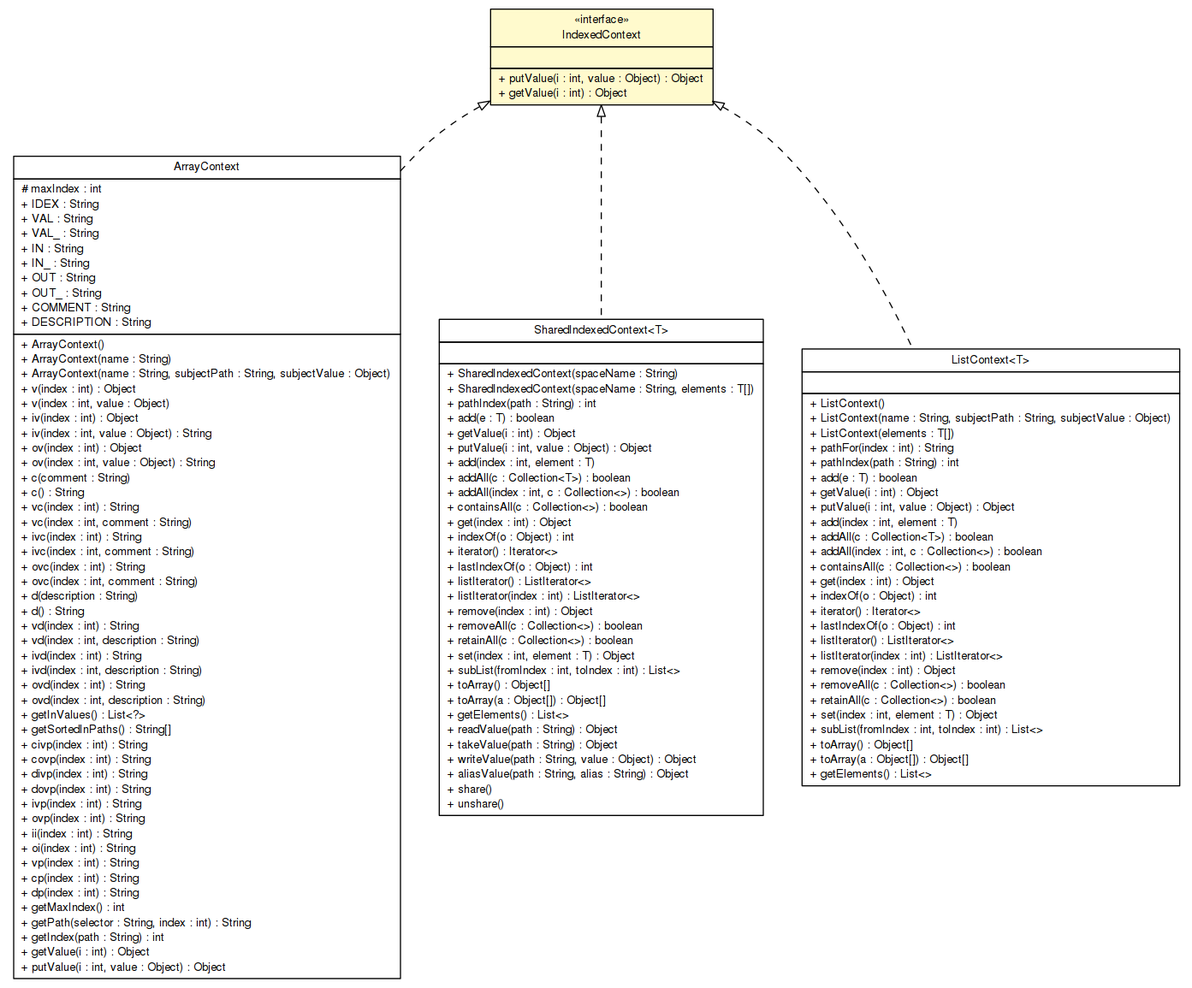
Earlier version of the Graphviz export apidocs/sorcer/service/IndexedContext.png (sorcersoft/sorcersoft.github.io). Its source is kept beside it as apidocs/sorcer/service/IndexedContext.dot.
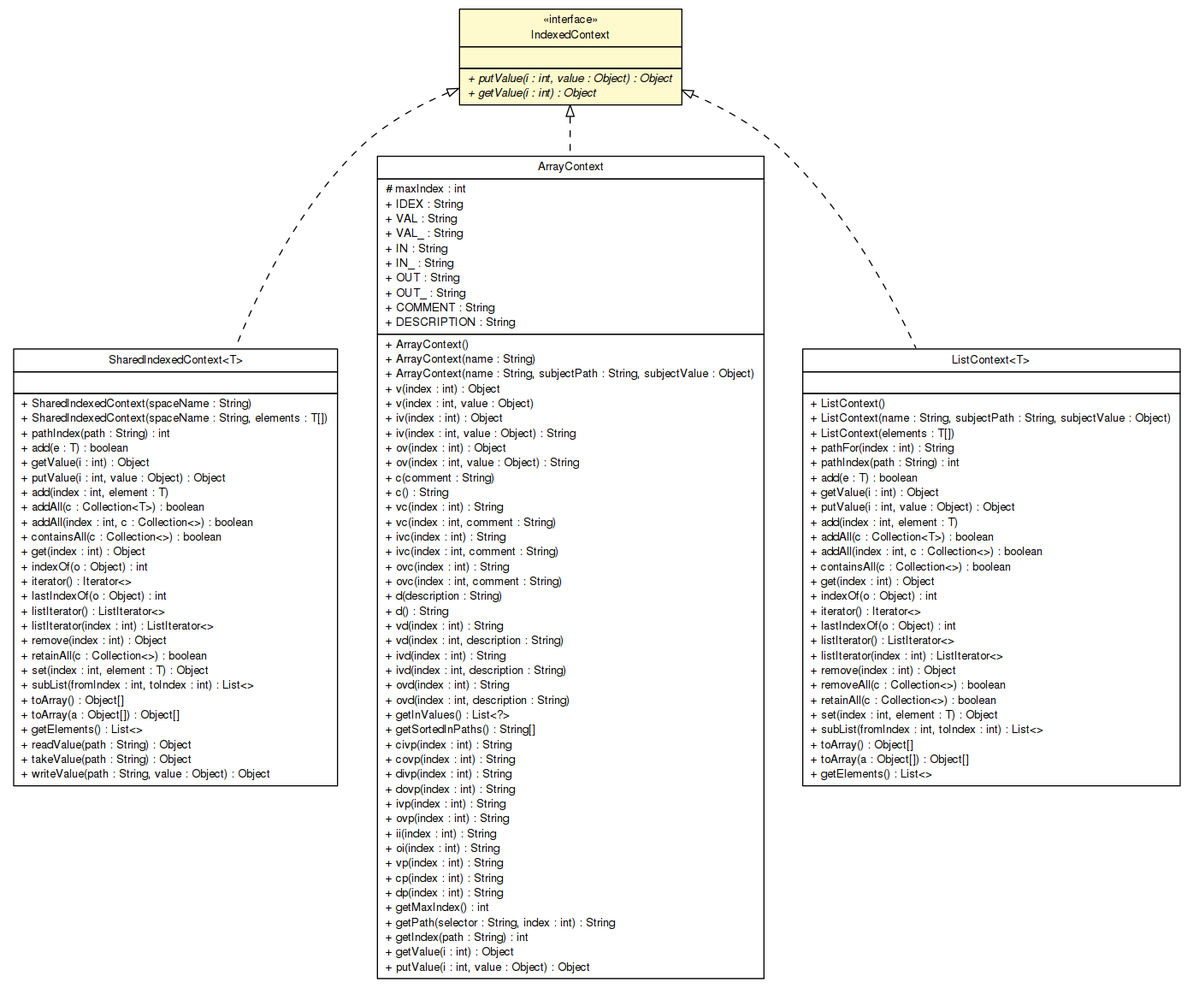
The same diagram one commit later.

The edit, as a diff of the source:
```diff
@@ -4,20 +4,43 @@
 	node [fontname="Helvetica",fontsize=10,shape=plaintext];
 	nodesep=0.25;
 	ranksep=0.5;
-	c278022 [label=<<table title="sorcer.service.IndexedContext" border="0" cellborder="1" cellspacing="0" cellpadding="2" port="p" bgcolor="lemonChiffon" href="./IndexedContext.html">
+	c293313 [label=<<table title="sorcer.core.context.SharedIndexedContext" border="0" cellborder="1" cellspacing="0" cellpadding="2" port="p" href="../core/context/SharedIndexedContext.html">
 		<tr><td><table border="0" cellspacing="0" cellpadding="1">
-<tr><td align="center" balign="center"> &#171;interface&#187; </td></tr>
-<tr><td align="center" balign="center"> IndexedContext </td></tr>
+<tr><td align="center" balign="center"> SharedIndexedContext&lt;T&gt; </td></tr>
 		</table></td></tr>
 		<tr><td><table border="0" cellspacing="0" cellpadding="1">
 <tr><td align="left" balign="left">  </td></tr>
 		</table></td></tr>
 		<tr><td><table border="0" cellspacing="0" cellpadding="1">
+<tr><td align="left" balign="left"> + SharedIndexedContext(spaceName : String) </td></tr>
+<tr><td align="left" balign="left"> + SharedIndexedContext(spaceName : String, elements : T[]) </td></tr>
+<tr><td align="left" balign="left"> + pathIndex(path : String) : int </td></tr>
+<tr><td align="left" balign="left"> + add(e : T) : boolean </td></tr>
+<tr><td align="left" balign="left"> + getValue(i : int) : Object </td></tr>
 <tr><td align="left" balign="left"> + putValue(i : int, value : Object) : Object </td></tr>
-<tr><td align="left" balign="left"> + getValue(i : int) : Object </td></tr>
+<tr><td align="left" balign="left"> + add(index : int, element : T) </td></tr>
+<tr><td align="left" balign="left"> + addAll(c : Collection&lt;T&gt;) : boolean </td></tr>
+<tr><td align="left" balign="left"> + addAll(index : int, c : Collection&lt;&gt;) : boolean </td></tr>
+<tr><td align="left" balign="left"> + containsAll(c : Collection&lt;&gt;) : boolean </td></tr>
+<tr><td align="left" balign="left"> + get(index : int) : Object </td></tr>
+<tr><td align="left" balign="left"> + indexOf(o : Object) : int </td></tr>
+<tr><td align="left" balign="left"> + iterator() : Iterator&lt;&gt; </td></tr>
+<tr><td align="left" balign="left"> + lastIndexOf(o : Object) : int </td></tr>
+<tr><td align="left" balign="left"> + listIterator() : ListIterator&lt;&gt; </td></tr>
+<tr><td align="left" balign="left"> + listIterator(index : int) : ListIterator&lt;&gt; </td></tr>
+<tr><td align="left" balign="left"> + remove(index : int) : Object </td></tr>
+<tr><td align="left" balign="left"> + retainAll(c : Collection&lt;&gt;) : boolean </td></tr>
+<tr><td align="left" balign="left"> + set(index : int, element : T) : Object </td></tr>
+<tr><td align="left" balign="left"> + subList(fromIndex : int, toIndex : int) : List&lt;&gt; </td></tr>
+<tr><td align="left" balign="left"> + toArray() : Object[] </td></tr>
+<tr><td align="left" balign="left"> + toArray(a : Object[]) : Object[] </td></tr>
+<tr><td align="left" balign="left"> + getElements() : List&lt;&gt; </td></tr>
+<tr><td align="left" balign="left"> + readValue(path : String) : Object </td></tr>
+<tr><td align="left" balign="left"> + takeValue(path : String) : Object </td></tr>
+<tr><td align="left" balign="left"> + writeValue(path : String, value : Object) : Object </td></tr>
 		</table></td></tr>
-		</table>>, URL="./IndexedContext.html", fontname="Helvetica", fontcolor="black", fontsize=10.0];
-	c278112 [label=<<table title="sorcer.core.context.ArrayContext" border="0" cellborder="1" cellspacing="0" cellpadding="2" port="p" href="../core/context/ArrayContext.html">
+		</table>>, URL="../core/context/SharedIndexedContext.html", fontname="Helvetica", fontcolor="black", fontsize=10.0];
+	c293317 [label=<<table title="sorcer.core.context.ArrayContext" border="0" cellborder="1" cellspacing="0" cellpadding="2" port="p" href="../core/context/ArrayContext.html">
 		<tr><td><table border="0" cellspacing="0" cellpadding="1">
 <tr><td align="center" balign="center"> ArrayContext </td></tr>
 		</table></td></tr>
@@ -79,47 +102,7 @@
 <tr><td align="left" balign="left"> + putValue(i : int, value : Object) : Object </td></tr>
 		</table></td></tr>
 		</table>>, URL="../core/context/ArrayContext.html", fontname="Helvetica", fontcolor="black", fontsize=10.0];
-	c278115 [label=<<table title="sorcer.core.context.SharedIndexedContext" border="0" cellborder="1" cellspacing="0" cellpadding="2" port="p" href="../core/context/SharedIndexedContext.html">
-		<tr><td><table border="0" cellspacing="0" cellpadding="1">
-<tr><td align="center" balign="center"> SharedIndexedContext&lt;T&gt; </td></tr>
-		</table></td></tr>
-		<tr><td><table border="0" cellspacing="0" cellpadding="1">
-<tr><td align="left" balign="left">  </td></tr>
-		</table></td></tr>
-		<tr><td><table border="0" cellspacing="0" cellpadding="1">
-<tr><td align="left" balign="left"> + SharedIndexedContext(spaceName : String) </td></tr>
-<tr><td align="left" balign="left"> + SharedIndexedContext(spaceName : String, elements : T[]) </td></tr>
-<tr><td align="left" balign="left"> + pathIndex(path : String) : int </td></tr>
-<tr><td align="left" balign="left"> + add(e : T) : boolean </td></tr>
-<tr><td align="left" balign="left"> + getValue(i : int) : Object </td></tr>
-<tr><td align="left" balign="left"> + putValue(i : int, value : Object) : Object </td></tr>
-<tr><td align="left" balign="left"> + add(index : int, element : T) </td></tr>
-<tr><td align="left" balign="left"> + addAll(c : Collection&lt;T&gt;) : boolean </td></tr>
-<tr><td align="left" balign="left"> + addAll(index : int, c : Collection&lt;&gt;) : boolean </td></tr>
-<tr><td align="left" balign="left"> + containsAll(c : Collection&lt;&gt;) : boolean </td></tr>
-<tr><td align="left" balign="left"> + get(index : int) : Object </td></tr>
-<tr><td align="left" balign="left"> + indexOf(o : Object) : int </td></tr>
-<tr><td align="left" balign="left"> + iterator() : Iterator&lt;&gt; </td></tr>
-<tr><td align="left" balign="left"> + lastIndexOf(o : Object) : int </td></tr>
-<tr><td align="left" balign="left"> + listIterator() : ListIterator&lt;&gt; </td></tr>
-<tr><td align="left" balign="left"> + listIterator(index : int) : ListIterator&lt;&gt; </td></tr>
-<tr><td align="left" balign="left"> + remove(index : int) : Object </td></tr>
-<tr><td align="left" balign="left"> + removeAll(c : Collection&lt;&gt;) : boolean </td></tr>
-<tr><td align="left" balign="left"> + retainAll(c : Collection&lt;&gt;) : boolean </td></tr>
-<tr><td align="left" balign="left"> + set(index : int, element : T) : Object </td></tr>
-<tr><td align="left" balign="left"> + subList(fromIndex : int, toIndex : int) : List&lt;&gt; </td></tr>
-<tr><td align="left" balign="left"> + toArray() : Object[] </td></tr>
-<tr><td align="left" balign="left"> + toArray(a : Object[]) : Object[] </td></tr>
-<tr><td align="left" balign="left"> + getElements() : List&lt;&gt; </td></tr>
-<tr><td align="left" balign="left"> + readValue(path : String) : Object </td></tr>
-<tr><td align="left" balign="left"> + takeValue(path : String) : Object </td></tr>
-<tr><td align="left" balign="left"> + writeValue(path : String, value : Object) : Object </td></tr>
-<tr><td align="left" balign="left"> + aliasValue(path : String, alias : String) : Object </td></tr>
-<tr><td align="left" balign="left"> + share() </td></tr>
-<tr><td align="left" balign="left"> + unshare() </td></tr>
-		</table></td></tr>
-		</table>>, URL="../core/context/SharedIndexedContext.html", fontname="Helvetica", fontcolor="black", fontsize=10.0];
-	c278124 [label=<<table title="sorcer.core.context.ListContext" border="0" cellborder="1" cellspacing="0" cellpadding="2" port="p" href="../core/context/ListContext.html">
+	c293323 [label=<<table title="sorcer.core.context.ListContext" border="0" cellborder="1" cellspacing="0" cellpadding="2" port="p" href="../core/context/ListContext.html">
 		<tr><td><table border="0" cellspacing="0" cellpadding="1">
 <tr><td align="center" balign="center"> ListContext&lt;T&gt; </td></tr>
 		</table></td></tr>
@@ -155,7 +138,20 @@
 <tr><td align="left" balign="left"> + getElements() : List&lt;&gt; </td></tr>
 		</table></td></tr>
 		</table>>, URL="../core/context/ListContext.html", fontname="Helvetica", fontcolor="black", fontsize=10.0];
-	c278022:p -> c278112:p [dir=back,arrowtail=empty,style=dashed];
-	c278022:p -> c278115:p [dir=back,arrowtail=empty,style=dashed];
-	c278022:p -> c278124:p [dir=back,arrowtail=empty,style=dashed];
+	c293372 [label=<<table title="sorcer.service.IndexedContext" border="0" cellborder="1" cellspacing="0" cellpadding="2" port="p" bgcolor="lemonChiffon" href="./IndexedContext.html">
+		<tr><td><table border="0" cellspacing="0" cellpadding="1">
+<tr><td align="center" balign="center"> &#171;interface&#187; </td></tr>
+<tr><td align="center" balign="center"> IndexedContext </td></tr>
+		</table></td></tr>
+		<tr><td><table border="0" cellspacing="0" cellpadding="1">
+<tr><td align="left" balign="left">  </td></tr>
+		</table></td></tr>
+		<tr><td><table border="0" cellspacing="0" cellpadding="1">
+<tr><td align="left" balign="left"><font face="Helvetica-Oblique" point-size="10.0"> + putValue(i : int, value : Object) : Object </font></td></tr>
+<tr><td align="left" balign="left"><font face="Helvetica-Oblique" point-size="10.0"> + getValue(i : int) : Object </font></td></tr>
+		</table></td></tr>
+		</table>>, URL="./IndexedContext.html", fontname="Helvetica", fontcolor="black", fontsize=10.0];
+	c293372:p -> c293313:p [dir=back,arrowtail=empty,style=dashed];
+	c293372:p -> c293317:p [dir=back,arrowtail=empty,style=dashed];
+	c293372:p -> c293323:p [dir=back,arrowtail=empty,style=dashed];
 }
```
